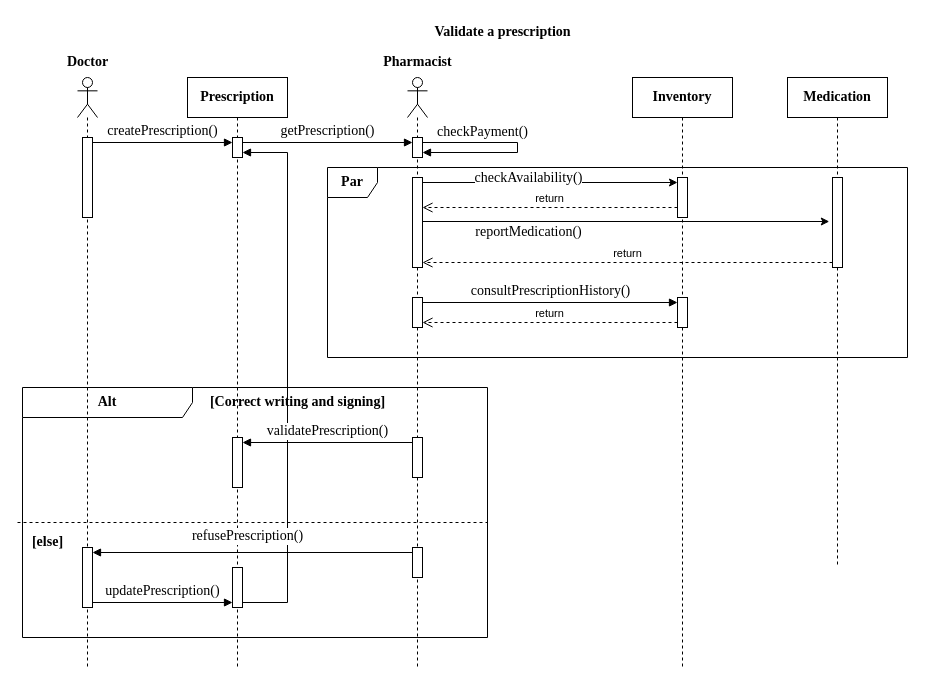
This is Sequence  Diagram.drawio from FOMOKN/Software-Engineering, a draw.io file, before an edit. Source tidied: cells renumbered, new cells numbered last; positions are measured from the earlier drawing's top-left corner, leaving out a move shared by most shapes. Both pictures are drawn from the tidied source at 100%, with x=0, y=0 at pixel (17, 17).
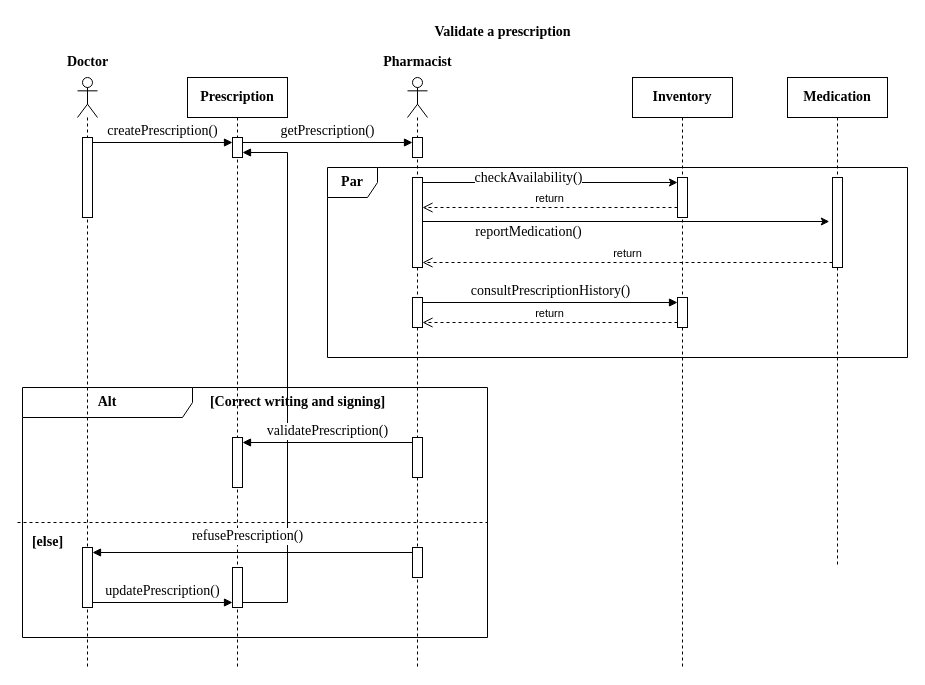
After the change.

Unchanged cells that the change refers to:
```xml
<mxCell id="12" style="shape=umlLifeline;perimeter=lifelinePerimeter;whiteSpace=wrap;html=1;newEdgeStyle={&quot;curved&quot;:0,&quot;rounded&quot;:0};participant=umlActor;" parent="1" vertex="1">
  <mxGeometry x="390" y="60" width="20" height="590" as="geometry" />
</mxCell>
<mxCell id="15" style="html=1;points=[[0,0,0,0,5],[0,1,0,0,-5],[1,0,0,0,5],[1,1,0,0,-5]];perimeter=orthogonalPerimeter;outlineConnect=0;targetShapes=umlLifeline;portConstraint=eastwest;newEdgeStyle={&quot;curved&quot;:0,&quot;rounded&quot;:0};" parent="12" vertex="1">
  <mxGeometry x="5" y="60" width="10" height="20" as="geometry" />
</mxCell>
```

Change to the diagram source:
```diff
@@
-    <mxCell id="16" style="html=1;verticalAlign=bottom;endArrow=block;curved=0;rounded=0;exitX=1;exitY=0;exitDx=0;exitDy=5;exitPerimeter=0;entryX=1;entryY=1;entryDx=0;entryDy=-5;entryPerimeter=0;" parent="12" edge="1" source="15" target="15">
-      <mxGeometry relative="1" as="geometry">
-        <Array as="points">
-          <mxPoint x="110" y="65" />
-          <mxPoint x="110" y="75" />
-        </Array>
-      </mxGeometry>
-    </mxCell>
@@
-    <mxCell id="43" value="checkPayment()" style="text;html=1;align=center;verticalAlign=middle;strokeColor=none;fillColor=none;fontStyle=0;fontFamily=Times New Roman;fontSize=14;" parent="1" vertex="1">
-      <mxGeometry x="410" y="100" width="110" height="30" as="geometry" />
-    </mxCell>
```
